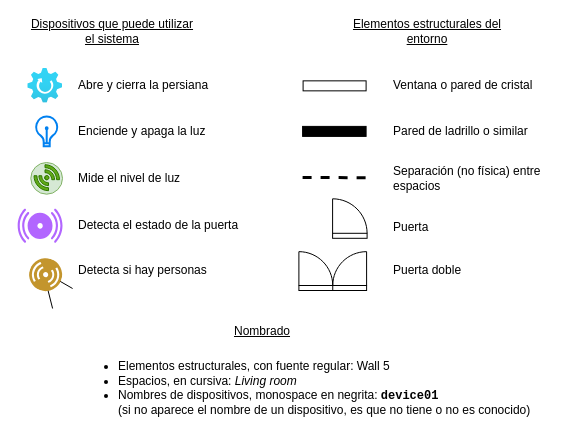
Earlier version of the draw.io diagram example-based-learning/floorplan-elements.drawio (anarubioruiz/ARIA-data). Source tidied: cells renumbered, new cells numbered last; positions are measured from the earlier drawing's top-left corner, leaving out a move shared by most shapes. Both pictures are drawn from the tidied source at 100%, with x=0, y=0 at pixel (17, 18).
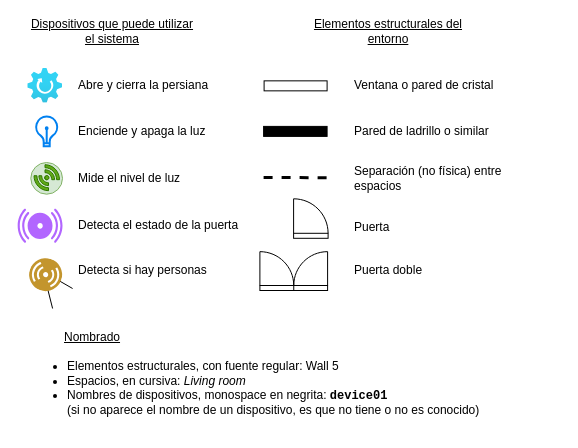
After the change.

Change to the diagram source:
```diff
@@
     <mxCell id="17" value="&lt;u&gt;Elementos estructurales del entorno&lt;/u&gt;" style="text;html=1;strokeColor=none;fillColor=none;align=center;verticalAlign=middle;whiteSpace=wrap;rounded=0;fontSize=12;rotation=0;" parent="1" vertex="1">
-      <mxGeometry x="325.1" width="169.5" height="25.1" as="geometry" />
+      <mxGeometry x="286.1" width="169.5" height="25.1" as="geometry" />
     </mxCell>
     <mxCell id="18" value="Ventana o pared de cristal" style="text;html=1;strokeColor=none;fillColor=none;align=left;verticalAlign=middle;whiteSpace=wrap;rounded=0;fontSize=12;rotation=0;" parent="1" vertex="1">
-      <mxGeometry x="374" y="54.8" width="169.5" height="25.1" as="geometry" />
+      <mxGeometry x="335" y="54.8" width="145" height="25.1" as="geometry" />
     </mxCell>
     <mxCell id="19" value="Pared de ladrillo o similar" style="text;html=1;strokeColor=none;fillColor=none;align=left;verticalAlign=middle;whiteSpace=wrap;rounded=0;fontSize=12;rotation=0;" parent="1" vertex="1">
-      <mxGeometry x="374" y="100.3" width="169.5" height="25.1" as="geometry" />
+      <mxGeometry x="335" y="100.3" width="145" height="25.1" as="geometry" />
     </mxCell>
     <mxCell id="20" value="Separación (no física) entre espacios" style="text;html=1;strokeColor=none;fillColor=none;align=left;verticalAlign=middle;whiteSpace=wrap;rounded=0;fontSize=12;rotation=0;" parent="1" vertex="1">
-      <mxGeometry x="374" y="147.3" width="169.5" height="25.1" as="geometry" />
+      <mxGeometry x="335" y="147.3" width="155" height="25.1" as="geometry" />
     </mxCell>
     <mxCell id="21" value="Puerta" style="text;html=1;strokeColor=none;fillColor=none;align=left;verticalAlign=middle;whiteSpace=wrap;rounded=0;fontSize=12;rotation=0;" parent="1" vertex="1">
-      <mxGeometry x="374" y="196.7" width="169.5" height="25.1" as="geometry" />
+      <mxGeometry x="335" y="196.7" width="135" height="25.1" as="geometry" />
     </mxCell>
     <mxCell id="22" value="Puerta doble" style="text;html=1;strokeColor=none;fillColor=none;align=left;verticalAlign=middle;whiteSpace=wrap;rounded=0;fontSize=12;rotation=0;" parent="1" vertex="1">
-      <mxGeometry x="374" y="239" width="169.5" height="25.1" as="geometry" />
+      <mxGeometry x="335" y="239" width="135" height="25.1" as="geometry" />
     </mxCell>
     <mxCell id="23" style="verticalLabelPosition=bottom;html=1;verticalAlign=top;align=center;shape=mxgraph.floorplan.wall;strokeWidth=1;rotation=-180;" parent="1" vertex="1">
-      <mxGeometry x="285.6" y="63.2" width="63" height="8.3" as="geometry" />
+      <mxGeometry x="246.6" y="63.2" width="63" height="8.3" as="geometry" />
     </mxCell>
     <mxCell id="24" style="verticalLabelPosition=bottom;html=1;verticalAlign=top;align=center;shape=mxgraph.floorplan.wall;fillColor=strokeColor;" parent="1" vertex="1">
-      <mxGeometry x="285.1" y="107.9" width="63.5" height="10" as="geometry" />
+      <mxGeometry x="246.1" y="107.9" width="63.5" height="10" as="geometry" />
     </mxCell>
     <mxCell id="25" style="endArrow=none;dashed=1;html=1;rounded=0;strokeWidth=3;" parent="1" edge="1">
       <mxGeometry relative="1" as="geometry">
-        <mxPoint x="285.1" y="159" as="sourcePoint" />
-        <mxPoint x="348.6" y="159.2" as="targetPoint" />
+        <mxPoint x="246.1" y="159" as="sourcePoint" />
+        <mxPoint x="309.6" y="159.2" as="targetPoint" />
       </mxGeometry>
     </mxCell>
     <mxCell id="26" style="verticalLabelPosition=bottom;html=1;verticalAlign=top;align=center;shape=mxgraph.floorplan.doorRight;strokeWidth=1;rotation=0;flipH=1;flipV=1;" parent="1" vertex="1">
-      <mxGeometry x="315.1" y="183.1" width="34.5" height="36.7" as="geometry" />
+      <mxGeometry x="276.1" y="183.1" width="34.5" height="36.7" as="geometry" />
     </mxCell>
     <mxCell id="27" style="verticalLabelPosition=bottom;html=1;verticalAlign=top;align=center;shape=mxgraph.floorplan.doorDouble;strokeWidth=1;rotation=-180;" parent="1" vertex="1">
-      <mxGeometry x="281.4" y="236" width="67.7" height="36" as="geometry" />
+      <mxGeometry x="242.4" y="236" width="67.7" height="36" as="geometry" />
     </mxCell>
     <mxCell id="28" value="&lt;ul&gt;&lt;li&gt;Elementos estructurales, con fuente regular: Wall 5&lt;/li&gt;&lt;li&gt;Espacios, en cursiva: &lt;i&gt;Living room&lt;/i&gt;&lt;/li&gt;&lt;li&gt;Nombres de dispositivos, monospace en negrita: &lt;font style=&quot;font-weight: bold;&quot; face=&quot;Courier New&quot;&gt;device01&lt;/font&gt;&lt;br&gt;&lt;font style=&quot;font-size: 12px;&quot;&gt;(si no aparece el nombre de un dispositivo, es que no tiene o no es conocido)&lt;/font&gt;&lt;/li&gt;&lt;/ul&gt;" style="text;html=1;strokeColor=none;fillColor=none;align=left;verticalAlign=middle;whiteSpace=wrap;rounded=0;fontSize=12;rotation=0;" parent="1" vertex="1">
-      <mxGeometry x="59.1" y="340" width="460.9" height="60" as="geometry" />
+      <mxGeometry x="8.1" y="340" width="460.9" height="60" as="geometry" />
     </mxCell>
-    <mxCell id="29" value="&lt;u&gt;Nombrado&lt;/u&gt;" style="text;html=1;strokeColor=none;fillColor=none;align=center;verticalAlign=middle;whiteSpace=wrap;rounded=0;fontSize=12;rotation=0;" parent="1" vertex="1">
-      <mxGeometry x="160.3" y="300" width="169.5" height="25.1" as="geometry" />
+    <mxCell id="29" value="&lt;u&gt;Nombrado&lt;/u&gt;" style="text;html=1;strokeColor=none;fillColor=none;align=left;verticalAlign=middle;whiteSpace=wrap;rounded=0;fontSize=12;rotation=0;" parent="1" vertex="1">
+      <mxGeometry x="45" y="306" width="109.7" height="25.1" as="geometry" />
     </mxCell>
```
